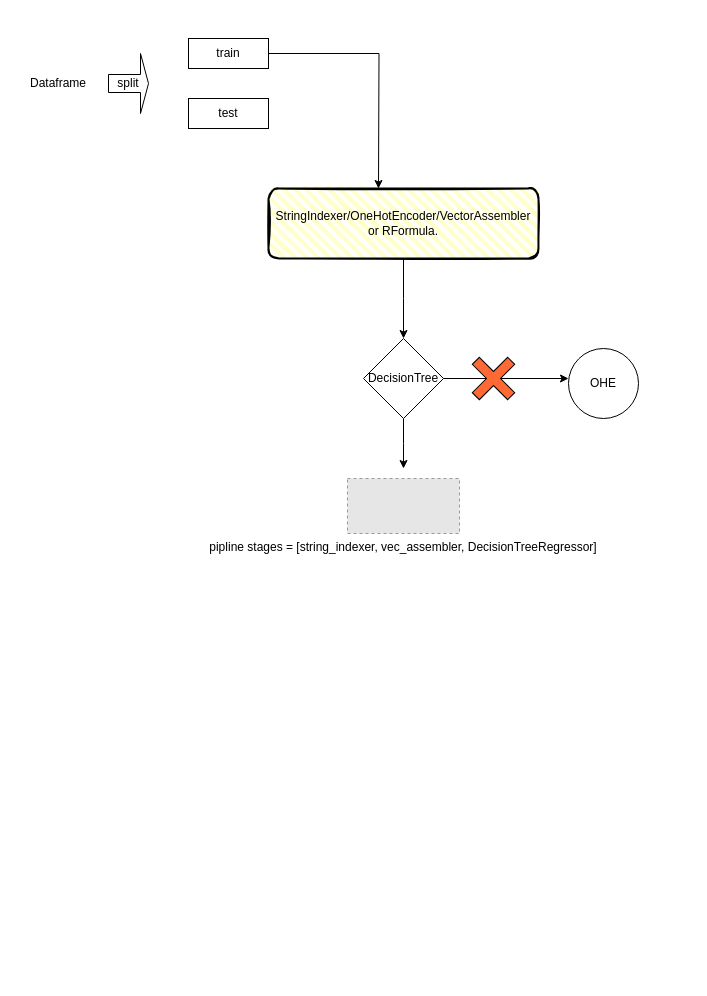
The draw.io diagram DecisionTree.drawio in sajinvk/DBRICKS-MLOPS-Associate, before the edit. Source tidied: cells renumbered, new cells numbered last; positions are measured from the earlier drawing's top-left corner, leaving out a move shared by most shapes. Both pictures are drawn from the tidied source at 100%, with x=0, y=0 at pixel (28, 38). Pictures stored in the file or linked from it are replaced by grey dashed boxes.
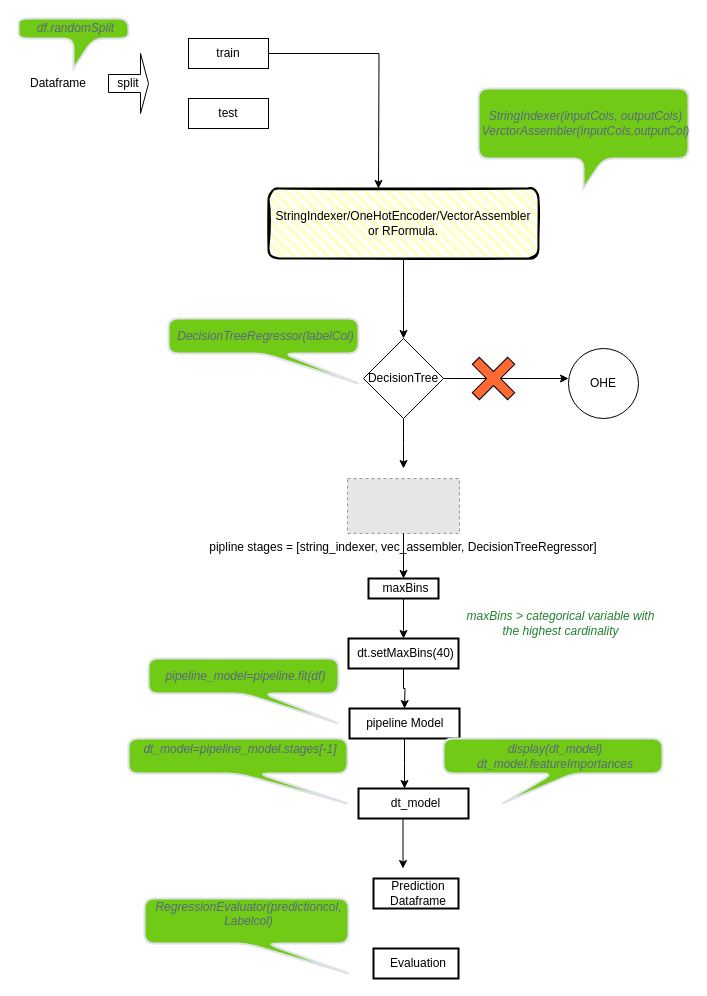
The same page after the edit.

Unchanged cells that the change refers to:
```xml
<mxCell id="14" value="pipline stages = [string_indexer, vec_assembler, DecisionTreeRegressor]" style="fillColor=#E6E6E6;strokeColor=#999999;dashed=1;verticalLabelPosition=bottom;labelBackgroundColor=#ffffff;verticalAlign=top;" parent="1" vertex="1">
  <mxGeometry x="319" y="440" width="112" height="55" as="geometry" />
</mxCell>
```

Diff of the diagram source:
```diff
@@
+    <mxCell id="15" value="&lt;i style=&quot;border-color: var(--border-color); text-align: left;&quot;&gt;df.randomSplit&lt;/i&gt;" style="shape=callout;whiteSpace=wrap;html=1;perimeter=calloutPerimeter;rounded=1;strokeColor=#DEE1E6;strokeWidth=2;align=center;verticalAlign=middle;spacingLeft=5;fontFamily=Helvetica;fontSize=12;fontColor=#596780;fillColor=#70ca16;" parent="1" vertex="1">
+      <mxGeometry x="-10" y="-20" width="110" height="50" as="geometry" />
+    </mxCell>
+    <mxCell id="16" value="&lt;i style=&quot;border-color: var(--border-color);&quot;&gt;StringIndexer(inputCols, outputCols)&lt;br&gt;VerctorAssembler(inputCols,outputCol)&lt;br style=&quot;border-color: var(--border-color);&quot;&gt;&lt;/i&gt;" style="shape=callout;whiteSpace=wrap;html=1;perimeter=calloutPerimeter;rounded=1;strokeColor=#DEE1E6;strokeWidth=2;align=center;verticalAlign=middle;spacingLeft=5;fontFamily=Helvetica;fontSize=12;fontColor=#596780;fillColor=#70ca16;" parent="1" vertex="1">
+      <mxGeometry x="450" y="50" width="210" height="100" as="geometry" />
+    </mxCell>
+    <mxCell id="17" value="&lt;i style=&quot;border-color: var(--border-color);&quot;&gt;DecisionTreeRegressor(labelCol)&lt;br style=&quot;border-color: var(--border-color);&quot;&gt;&lt;/i&gt;" style="shape=callout;whiteSpace=wrap;html=1;perimeter=calloutPerimeter;rounded=1;strokeColor=#DEE1E6;strokeWidth=2;align=center;verticalAlign=middle;spacingLeft=5;fontFamily=Helvetica;fontSize=12;fontColor=#596780;fillColor=#70ca16;position2=1;" parent="1" vertex="1">
+      <mxGeometry x="140" y="280" width="190" height="65" as="geometry" />
+    </mxCell>
+    <mxCell id="18" style="edgeStyle=orthogonalEdgeStyle;rounded=0;jettySize=auto;html=1;fontFamily=Helvetica;fontSize=12;fontColor=#596780;endArrow=none;endFill=0;startArrow=classic;startFill=1;" parent="1" edge="1" source="20" target="23">
+      <mxGeometry relative="1" as="geometry" />
+    </mxCell>
+    <mxCell id="19" style="edgeStyle=orthogonalEdgeStyle;rounded=0;jettySize=auto;html=1;fontFamily=Helvetica;fontSize=12;fontColor=#596780;" parent="1" edge="1" source="20">
+      <mxGeometry relative="1" as="geometry">
+        <mxPoint x="376" y="670" as="targetPoint" />
+      </mxGeometry>
+    </mxCell>
+    <mxCell id="20" value="dt.setMaxBins(40)" style="rounded=0;whiteSpace=wrap;html=1;strokeWidth=2;align=center;verticalAlign=middle;spacingLeft=5;fontFamily=Helvetica;fontSize=12;" parent="1" vertex="1">
+      <mxGeometry x="320" y="600" width="110" height="30" as="geometry" />
+    </mxCell>
+    <mxCell id="21" value="&lt;i&gt;&lt;font color=&quot;#218031&quot;&gt;maxBins &amp;gt;&amp;nbsp;categorical variable with the highest cardinality&lt;/font&gt;&lt;/i&gt;" style="text;html=1;strokeColor=none;fillColor=none;align=center;verticalAlign=middle;whiteSpace=wrap;rounded=0;fontSize=12;fontFamily=Helvetica;fontColor=#596780;" parent="1" vertex="1">
+      <mxGeometry x="435" y="570" width="195" height="30" as="geometry" />
+    </mxCell>
+    <mxCell id="22" style="edgeStyle=orthogonalEdgeStyle;rounded=0;jettySize=auto;html=1;fontFamily=Helvetica;fontSize=12;fontColor=#596780;" parent="1" edge="1" source="14" target="23">
+      <mxGeometry relative="1" as="geometry" />
+    </mxCell>
+    <mxCell id="23" value="maxBins" style="rounded=0;whiteSpace=wrap;html=1;strokeWidth=2;align=center;verticalAlign=middle;spacingLeft=5;fontFamily=Helvetica;fontSize=12;" parent="1" vertex="1">
+      <mxGeometry x="340" y="540" width="70" height="20" as="geometry" />
+    </mxCell>
+    <mxCell id="24" style="edgeStyle=orthogonalEdgeStyle;rounded=0;jettySize=auto;html=1;fontFamily=Helvetica;fontSize=12;fontColor=#596780;" parent="1" edge="1" source="25">
+      <mxGeometry relative="1" as="geometry">
+        <mxPoint x="376" y="750" as="targetPoint" />
+      </mxGeometry>
+    </mxCell>
+    <mxCell id="25" value="pipeline Model&amp;nbsp;" style="rounded=0;whiteSpace=wrap;html=1;strokeWidth=2;align=center;verticalAlign=middle;spacingLeft=5;fontFamily=Helvetica;fontSize=12;" parent="1" vertex="1">
+      <mxGeometry x="321" y="670" width="110" height="30" as="geometry" />
+    </mxCell>
+    <mxCell id="26" value="&lt;i style=&quot;border-color: var(--border-color);&quot;&gt;pipeline_model=pipeline.fit(df)&lt;br style=&quot;border-color: var(--border-color);&quot;&gt;&lt;/i&gt;" style="shape=callout;whiteSpace=wrap;html=1;perimeter=calloutPerimeter;rounded=1;strokeColor=#DEE1E6;strokeWidth=2;align=center;verticalAlign=middle;spacingLeft=5;fontFamily=Helvetica;fontSize=12;fontColor=#596780;fillColor=#70ca16;position2=1;" parent="1" vertex="1">
+      <mxGeometry x="120" y="620" width="190" height="65" as="geometry" />
+    </mxCell>
+    <mxCell id="27" value="dt_model" style="rounded=0;whiteSpace=wrap;html=1;strokeWidth=2;align=center;verticalAlign=middle;spacingLeft=5;fontFamily=Helvetica;fontSize=12;" parent="1" vertex="1">
+      <mxGeometry x="330" y="750" width="110" height="30" as="geometry" />
+    </mxCell>
+    <mxCell id="28" value="&lt;i style=&quot;border-color: var(--border-color);&quot;&gt;dt_model=&lt;i style=&quot;border-color: var(--border-color);&quot;&gt;pipeline_model.stages[-1]&lt;br&gt;&lt;/i&gt;&lt;br style=&quot;border-color: var(--border-color);&quot;&gt;&lt;/i&gt;" style="shape=callout;whiteSpace=wrap;html=1;perimeter=calloutPerimeter;rounded=1;strokeColor=#DEE1E6;strokeWidth=2;align=center;verticalAlign=middle;spacingLeft=5;fontFamily=Helvetica;fontSize=12;fontColor=#596780;fillColor=#70ca16;position2=1;" parent="1" vertex="1">
+      <mxGeometry x="100" y="700" width="219" height="65" as="geometry" />
+    </mxCell>
+    <mxCell id="29" value="&lt;i style=&quot;border-color: var(--border-color);&quot;&gt;display(dt_model)&lt;br&gt;dt_model.featureImportances&lt;br style=&quot;border-color: var(--border-color);&quot;&gt;&lt;/i&gt;" style="shape=callout;whiteSpace=wrap;html=1;perimeter=calloutPerimeter;rounded=1;strokeColor=#DEE1E6;strokeWidth=2;align=center;verticalAlign=middle;spacingLeft=5;fontFamily=Helvetica;fontSize=12;fontColor=#596780;fillColor=#70ca16;position2=0.27;" parent="1" vertex="1">
+      <mxGeometry x="415" y="700" width="219" height="65" as="geometry" />
+    </mxCell>
+    <mxCell id="30" style="edgeStyle=orthogonalEdgeStyle;rounded=0;orthogonalLoop=1;jettySize=auto;html=1;fontFamily=Helvetica;fontSize=12;fontColor=#596780;" parent="1" edge="1">
+      <mxGeometry relative="1" as="geometry">
+        <mxPoint x="374.5" y="780" as="sourcePoint" />
+        <mxPoint x="374.5" y="830" as="targetPoint" />
+      </mxGeometry>
+    </mxCell>
+    <mxCell id="31" value="Evaluation" style="rounded=0;whiteSpace=wrap;html=1;strokeWidth=2;align=center;verticalAlign=middle;spacingLeft=5;fontFamily=Helvetica;fontSize=12;" parent="1" vertex="1">
+      <mxGeometry x="345" y="910" width="85" height="30" as="geometry" />
+    </mxCell>
+    <mxCell id="32" value="Prediction Dataframe" style="rounded=0;whiteSpace=wrap;html=1;strokeWidth=2;align=center;verticalAlign=middle;spacingLeft=5;fontFamily=Helvetica;fontSize=12;" parent="1" vertex="1">
+      <mxGeometry x="345" y="840" width="85" height="30" as="geometry" />
+    </mxCell>
+    <mxCell id="33" value="&lt;i style=&quot;border-color: var(--border-color);&quot;&gt;RegressionEvaluator(predictioncol, Labelcol)&lt;br&gt;&lt;br style=&quot;border-color: var(--border-color);&quot;&gt;&lt;/i&gt;" style="shape=callout;whiteSpace=wrap;html=1;perimeter=calloutPerimeter;rounded=1;strokeColor=#DEE1E6;strokeWidth=2;align=center;verticalAlign=middle;spacingLeft=5;fontFamily=Helvetica;fontSize=12;fontColor=#596780;fillColor=#70ca16;position2=1;" parent="1" vertex="1">
+      <mxGeometry x="116" y="860" width="204" height="75" as="geometry" />
+    </mxCell>
```
